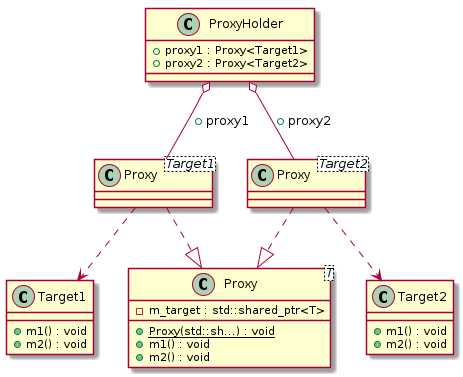
Earlier version of the PlantUML export docs/test_cases/t00025_class.png (bkryza/clang-uml).
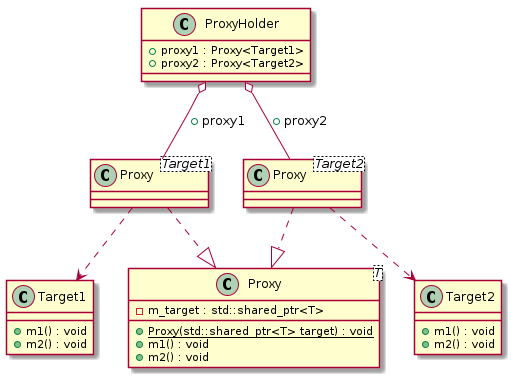
Above is the later version.

Change to the diagram source:
```diff
@@ -1,48 +1,42 @@
 @startuml
-class "Target1" as C_0000000379
-
-class "Target2" as C_0000000381
-
-class "Proxy<T>" as C_0000000383
-
-class "Proxy<Target1>" as C_0000000388
-
-class "Proxy<Target2>" as C_0000000389
-
-class "ProxyHolder" as C_0000000387
-
-class C_0000000379 {
+class "Target1" as C_0000000399
+class C_0000000399 {
 +m1() : void
 +m2() : void
 }
 
-class C_0000000381 {
+class "Target2" as C_0000000401
+class C_0000000401 {
 +m1() : void
 +m2() : void
 }
 
-class C_0000000383 {
-{static} +Proxy(std::sh...) : void
+class "Proxy<T>" as C_0000000403
+class C_0000000403 {
+{static} +Proxy(std::shared_ptr<T> target) : void
 +m1() : void
 +m2() : void
 -m_target : std::shared_ptr<T>
 }
 
-class C_0000000388 {
+class "Proxy<Target1>" as C_0000000408
+class C_0000000408 {
 }
-C_0000000388 ..> C_0000000379
-C_0000000388 ..|> C_0000000383
 
-class C_0000000389 {
+class "Proxy<Target2>" as C_0000000409
+class C_0000000409 {
 }
-C_0000000389 ..> C_0000000381
-C_0000000389 ..|> C_0000000383
 
-class C_0000000387 {
+class "ProxyHolder" as C_0000000407
+class C_0000000407 {
 +proxy1 : Proxy<Target1>
 +proxy2 : Proxy<Target2>
 }
-C_0000000387 o-- C_0000000388 : +proxy1
-C_0000000387 o-- C_0000000389 : +proxy2
 
+C_0000000408 ..> C_0000000399
+C_0000000408 ..|> C_0000000403
+C_0000000409 ..> C_0000000401
+C_0000000409 ..|> C_0000000403
+C_0000000407 o-- C_0000000408 : +proxy1
+C_0000000407 o-- C_0000000409 : +proxy2
 @enduml
```
